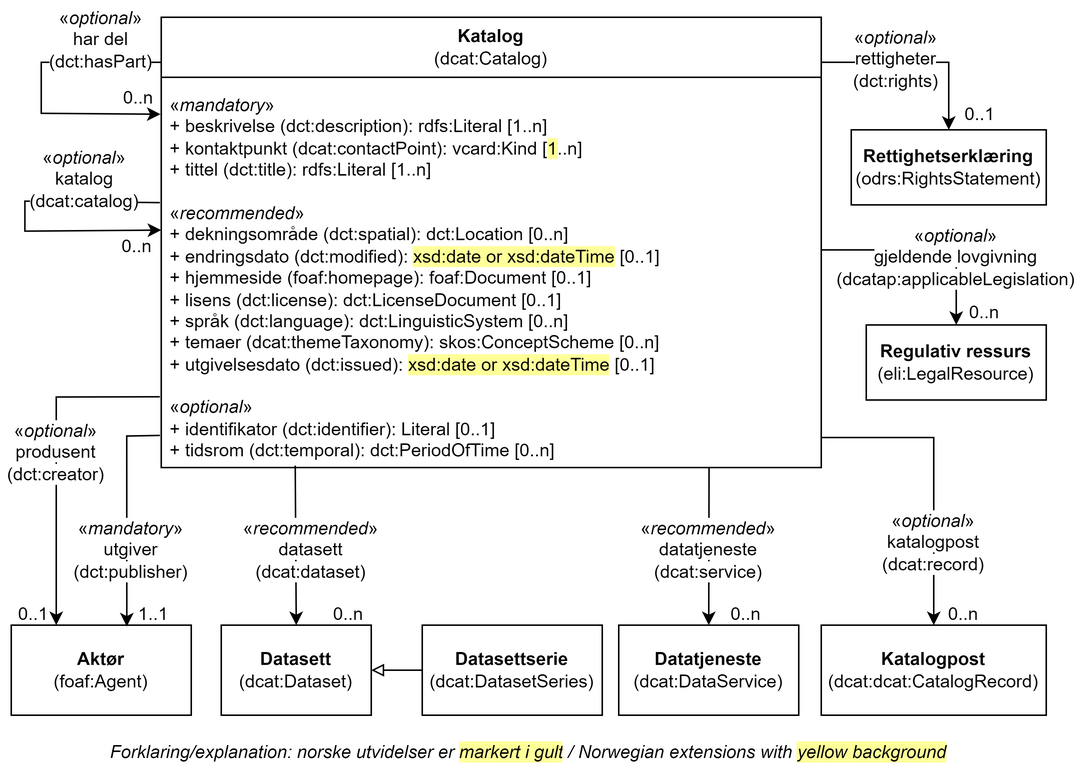
Earlier version of the draw.io export docs/images/Klassen-Katalog.png (Informasjonsforvaltning/dcat-ap-no). Source tidied: cells renumbered, new cells last; positions are measured from the earlier drawing's top-left corner, leaving out a move shared by most shapes.
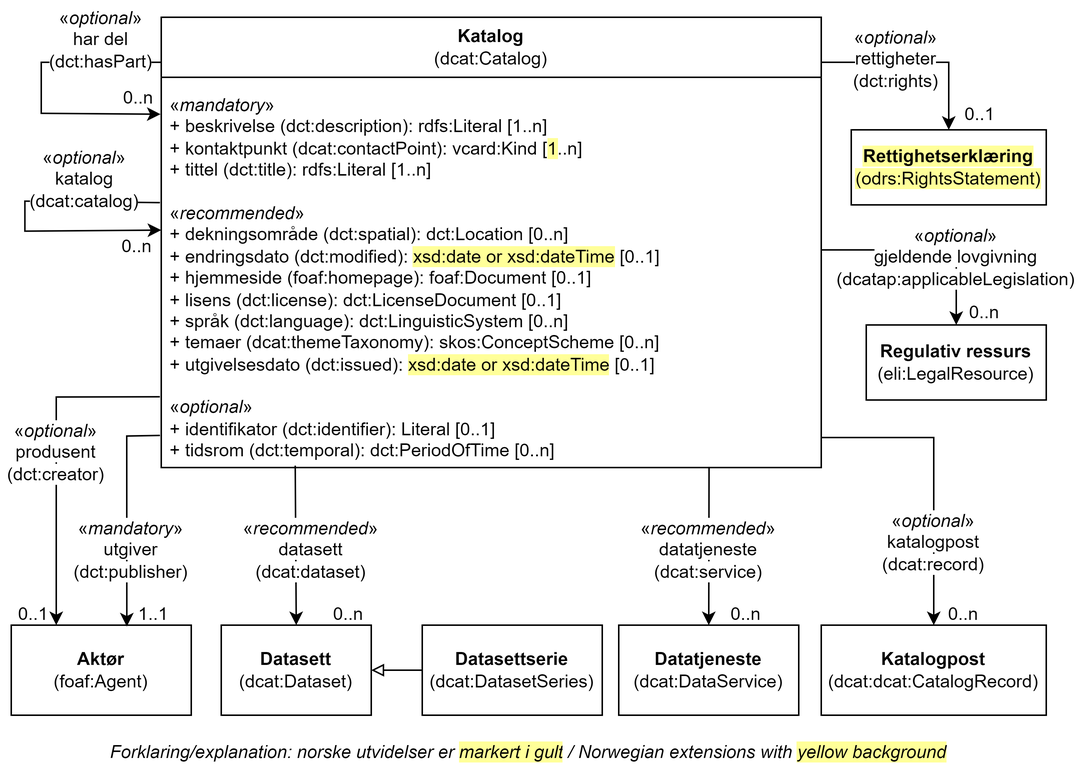
After the change.

Change to the diagram source:
```diff
@@ -133,7 +133,7 @@
     <mxCell id="34" value="«&lt;i style=&quot;background-color: rgb(255, 255, 255);&quot;&gt;optional&lt;/i&gt;»&lt;br&gt;&lt;span style=&quot;background-color: rgb(255, 255, 255);&quot;&gt;gjeldende lovgivning&lt;br&gt;(dcatap:applicableLegislation)&lt;/span&gt;" style="text;html=1;align=center;verticalAlign=middle;whiteSpace=wrap;rounded=0;" parent="1" vertex="1">
       <mxGeometry x="600" y="145" width="60" height="30" as="geometry" />
     </mxCell>
-    <mxCell id="35" value="&lt;b&gt;Rettighetserklæring&lt;/b&gt;&lt;br&gt;(odrs:RightsStatement)" style="html=1;whiteSpace=wrap;" parent="1" vertex="1">
+    <mxCell id="35" value="&lt;span style=&quot;background-color: rgb(255, 255, 153);&quot;&gt;&lt;b&gt;Rettighetserklæring&lt;/b&gt;&lt;br&gt;(odrs:RightsStatement)&lt;/span&gt;" style="html=1;whiteSpace=wrap;" parent="1" vertex="1">
       <mxGeometry x="560" y="75" width="130" height="50" as="geometry" />
     </mxCell>
     <mxCell id="36" style="endArrow=classic;html=1;rounded=0;" parent="1" edge="1">
```
